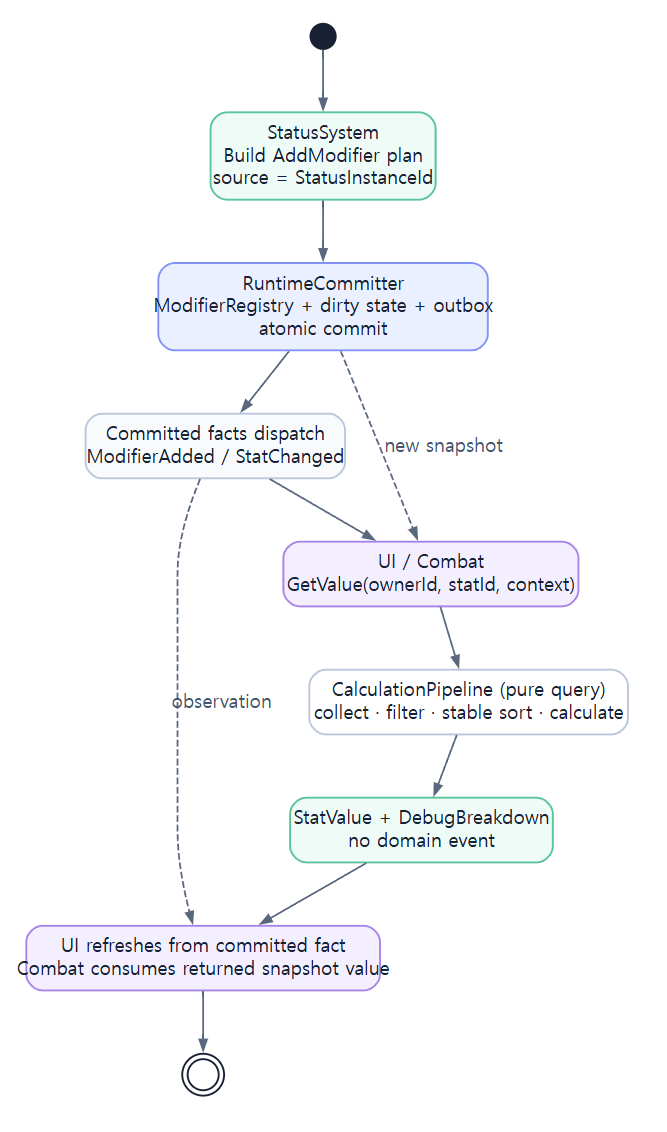
Before: assets/diagrams/06_modifier_application_sequence_diagram.png, a diagram exported from Graphviz (JY-LemongO/game-system-framework-knowledge-site). Its source is kept beside it as source/diagrams/06_modifier_application_sequence_diagram.dot. Its diagram source:
```dot
digraph G {
  graph [fontname="Noto Sans CJK KR", bgcolor="#ffffff", margin=0.12, pad=0.25, ranksep=0.62, nodesep=0.45];
  node [fontname="Noto Sans CJK KR", shape=box, style="rounded,filled", color="#bac7db", penwidth=1.4, fillcolor="#ffffff", fontcolor="#182033", margin="0.16,0.10"];
  edge [fontname="Noto Sans CJK KR", color="#59687e", fontcolor="#46566e", arrowsize=0.8, penwidth=1.3];
  rankdir=TB;

  start [shape=circle, width=.26, label="", fillcolor="#182033", color="#182033"];
  status [label="StatusSystem\nBuild AddModifier plan\nsource = StatusInstanceId", fillcolor="#eefbf6", color="#5ac39b"];
  commit [label="RuntimeCommitter\nModifierRegistry + dirty state + outbox\natomic commit", fillcolor="#eaf0ff", color="#8292f7"];
  event [label="Committed facts dispatch\nModifierAdded / StatChanged", fillcolor="#f8fafc"];
  query [label="UI / Combat\nGetValue(ownerId, statId, context)", fillcolor="#f4efff", color="#a884e8"];
  pipe [label="CalculationPipeline (pure query)\ncollect · filter · stable sort · calculate", fillcolor="#ffffff"];
  result [label="StatValue + DebugBreakdown\nno domain event", fillcolor="#eefbf6", color="#5ac39b"];
  observe [label="UI refreshes from committed fact\nCombat consumes returned snapshot value", fillcolor="#f4efff", color="#a884e8"];
  end [shape=doublecircle, width=.32, label="", fillcolor="#ffffff", color="#182033"];

  start -> status -> commit -> event -> query -> pipe -> result -> observe -> end;
  commit -> query [style=dashed, label="new snapshot"];
  event -> observe [style=dashed, label="observation"];
}
```
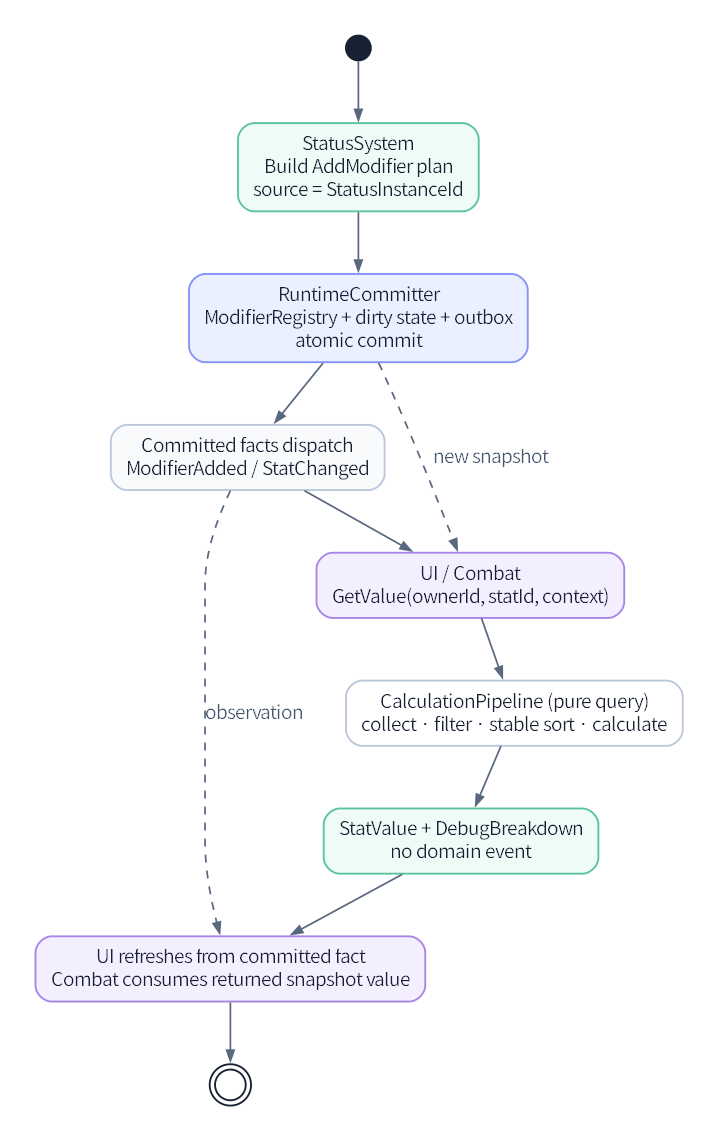
The same diagram one commit later.

The edit, as a diff of the source:
```diff
@@ -1,7 +1,7 @@
 digraph G {
-  graph [fontname="Noto Sans CJK KR", bgcolor="#ffffff", margin=0.12, pad=0.25, ranksep=0.62, nodesep=0.45];
-  node [fontname="Noto Sans CJK KR", shape=box, style="rounded,filled", color="#bac7db", penwidth=1.4, fillcolor="#ffffff", fontcolor="#182033", margin="0.16,0.10"];
-  edge [fontname="Noto Sans CJK KR", color="#59687e", fontcolor="#46566e", arrowsize=0.8, penwidth=1.3];
+  graph [fontname="Noto Sans KR", bgcolor="#ffffff", margin=0.12, pad=0.25, ranksep=0.62, nodesep=0.45];
+  node [fontname="Noto Sans KR", shape=box, style="rounded,filled", color="#bac7db", penwidth=1.4, fillcolor="#ffffff", fontcolor="#182033", margin="0.16,0.10"];
+  edge [fontname="Noto Sans KR", color="#59687e", fontcolor="#46566e", arrowsize=0.8, penwidth=1.3];
   rankdir=TB;
 
   start [shape=circle, width=.26, label="", fillcolor="#182033", color="#182033"];
```
